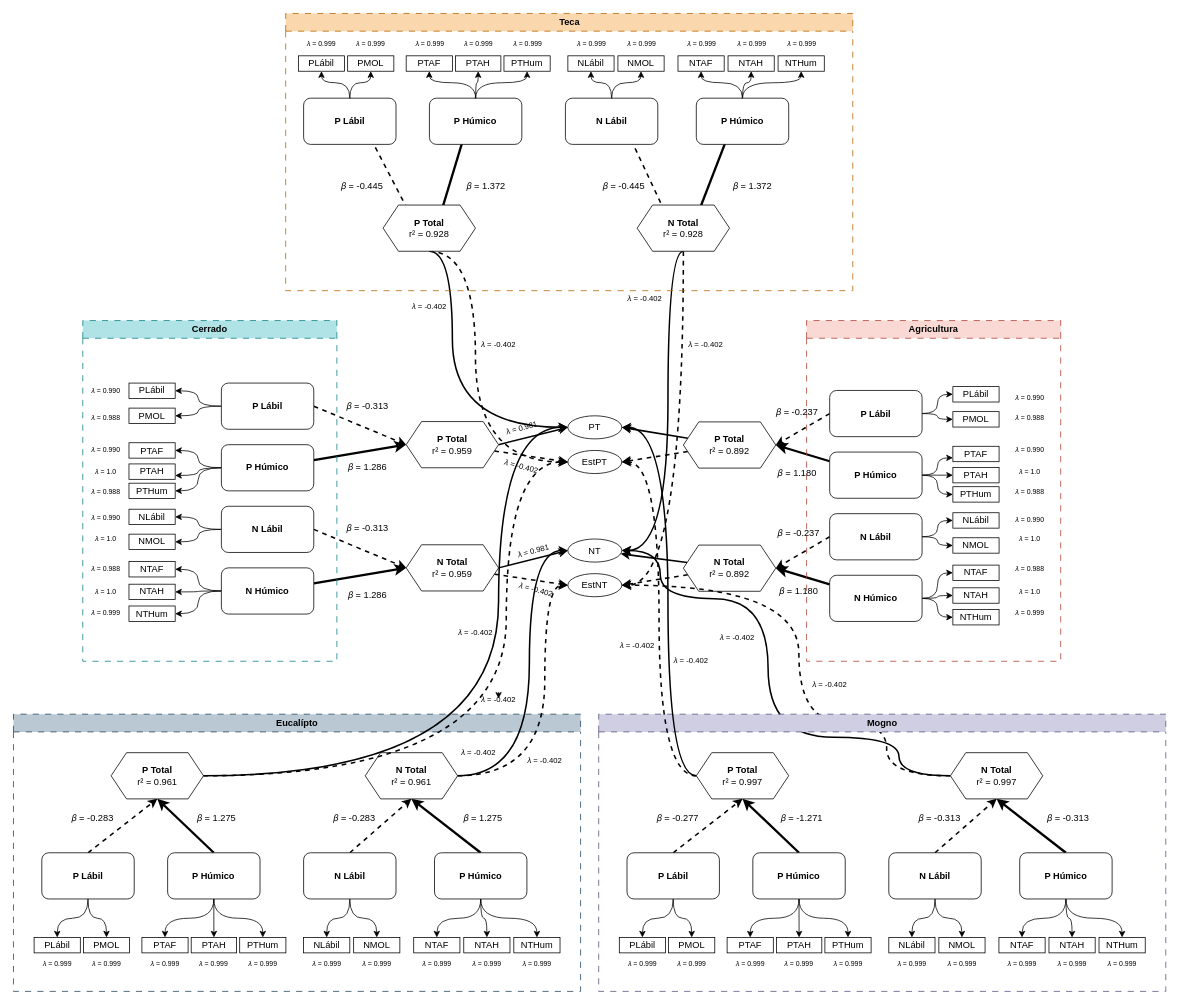
ldvsantos/fsni-1 keeps this draw.io diagram as 5-GRAFICOS/modelo-pls-R5.drawio. Above is the earlier version. Source tidied: cells renumbered, new cells numbered last; positions are measured from the earlier drawing's top-left corner, leaving out a move shared by most shapes. Both pictures are drawn from the tidied source at 77%, with x=0, y=0 at pixel (13, 13).
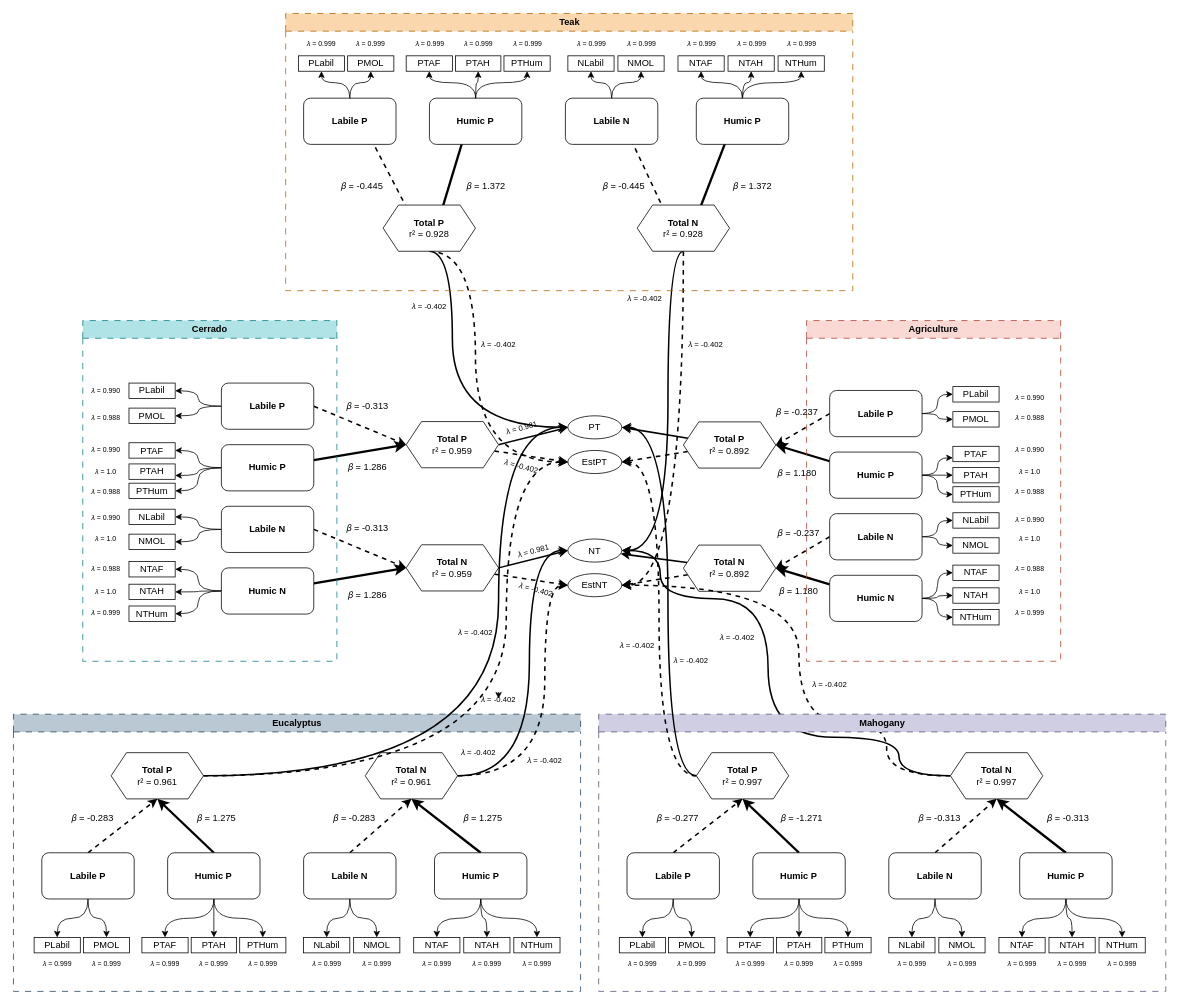
Above is the later version.

Unchanged cells that the change refers to:
```xml
<mxCell id="111" style="group;" parent="1" vertex="1">
  <mxGeometry y="910" width="736.5" height="360" as="geometry" />
</mxCell>
<mxCell id="159" style="group;" parent="1" vertex="1">
  <mxGeometry x="760" y="910" width="736.5" height="360" as="geometry" />
</mxCell>
```

The edit, as a diff of the source:
```diff
@@
-    <mxCell id="5" value="P Lábil" style="rounded=1;whiteSpace=wrap;html=1;fontStyle=1;" parent="1" vertex="1">
+    <mxCell id="5" value="Labile P" style="rounded=1;whiteSpace=wrap;html=1;fontStyle=1;" parent="1" vertex="1">
       <mxGeometry x="270" y="480" width="120" height="60" as="geometry" />
     </mxCell>
@@
-    <mxCell id="10" value="P Húmico" style="rounded=1;whiteSpace=wrap;html=1;fontStyle=1;" parent="1" vertex="1">
+    <mxCell id="10" value="Humic P" style="rounded=1;whiteSpace=wrap;html=1;fontStyle=1;" parent="1" vertex="1">
       <mxGeometry x="270" y="560" width="120" height="60" as="geometry" />
     </mxCell>
@@
-    <mxCell id="13" value="P Total&lt;div&gt;&lt;span style=&quot;font-weight: normal;&quot;&gt;r² = 0.959&lt;/span&gt;&lt;/div&gt;" style="shape=hexagon;perimeter=hexagonPerimeter2;whiteSpace=wrap;html=1;fixedSize=1;fontStyle=1;" parent="1" vertex="1">
+    <mxCell id="13" value="Total P&lt;div&gt;&lt;span style=&quot;font-weight: normal;&quot;&gt;r² = 0.959&lt;/span&gt;&lt;/div&gt;" style="shape=hexagon;perimeter=hexagonPerimeter2;whiteSpace=wrap;html=1;fixedSize=1;fontStyle=1;" parent="1" vertex="1">
       <mxGeometry x="510" y="530" width="120" height="60" as="geometry" />
     </mxCell>
@@
-    <mxCell id="19" value="N Lábil" style="rounded=1;whiteSpace=wrap;html=1;fontStyle=1;" parent="1" vertex="1">
+    <mxCell id="19" value="Labile N" style="rounded=1;whiteSpace=wrap;html=1;fontStyle=1;" parent="1" vertex="1">
       <mxGeometry x="270" y="640" width="120" height="60" as="geometry" />
     </mxCell>
@@
-    <mxCell id="24" value="N Húmico" style="rounded=1;whiteSpace=wrap;html=1;fontStyle=1;" parent="1" vertex="1">
+    <mxCell id="24" value="Humic N" style="rounded=1;whiteSpace=wrap;html=1;fontStyle=1;" parent="1" vertex="1">
       <mxGeometry x="270" y="720" width="120" height="60" as="geometry" />
     </mxCell>
@@
-    <mxCell id="27" value="N Total&lt;div&gt;&lt;span style=&quot;font-weight: normal;&quot;&gt;r² = 0.959&lt;/span&gt;&lt;/div&gt;" style="shape=hexagon;perimeter=hexagonPerimeter2;whiteSpace=wrap;html=1;fixedSize=1;fontStyle=1;" parent="1" vertex="1">
+    <mxCell id="27" value="Total N&lt;div&gt;&lt;span style=&quot;font-weight: normal;&quot;&gt;r² = 0.959&lt;/span&gt;&lt;/div&gt;" style="shape=hexagon;perimeter=hexagonPerimeter2;whiteSpace=wrap;html=1;fixedSize=1;fontStyle=1;" parent="1" vertex="1">
       <mxGeometry x="510" y="690" width="120" height="60" as="geometry" />
     </mxCell>
@@
-    <mxCell id="34" value="PLábil" style="rounded=0;whiteSpace=wrap;html=1;" parent="1" vertex="1">
+    <mxCell id="34" value="PLabil" style="rounded=0;whiteSpace=wrap;html=1;" parent="1" vertex="1">
       <mxGeometry x="150" y="480" width="60" height="20" as="geometry" />
     </mxCell>
@@
-    <mxCell id="39" value="NLábil" style="rounded=0;whiteSpace=wrap;html=1;" parent="1" vertex="1">
+    <mxCell id="39" value="NLabil" style="rounded=0;whiteSpace=wrap;html=1;" parent="1" vertex="1">
       <mxGeometry x="150" y="643.8" width="60" height="20" as="geometry" />
     </mxCell>
@@
-    <mxCell id="62" value="P Lábil" style="rounded=1;whiteSpace=wrap;html=1;fontStyle=1;" parent="1" vertex="1">
+    <mxCell id="62" value="Labile P" style="rounded=1;whiteSpace=wrap;html=1;fontStyle=1;" parent="1" vertex="1">
       <mxGeometry x="1060" y="489.6" width="120" height="60" as="geometry" />
     </mxCell>
@@
-    <mxCell id="67" value="P Húmico" style="rounded=1;whiteSpace=wrap;html=1;fontStyle=1;" parent="1" vertex="1">
+    <mxCell id="67" value="Humic P" style="rounded=1;whiteSpace=wrap;html=1;fontStyle=1;" parent="1" vertex="1">
       <mxGeometry x="1060" y="569.6" width="120" height="60" as="geometry" />
     </mxCell>
@@
-    <mxCell id="70" value="P Total&lt;div&gt;&lt;span style=&quot;font-weight: normal;&quot;&gt;r² = 0.892&lt;/span&gt;&lt;/div&gt;" style="shape=hexagon;perimeter=hexagonPerimeter2;whiteSpace=wrap;html=1;fixedSize=1;fontStyle=1;" parent="1" vertex="1">
+    <mxCell id="70" value="Total P&lt;div&gt;&lt;span style=&quot;font-weight: normal;&quot;&gt;r² = 0.892&lt;/span&gt;&lt;/div&gt;" style="shape=hexagon;perimeter=hexagonPerimeter2;whiteSpace=wrap;html=1;fixedSize=1;fontStyle=1;" parent="1" vertex="1">
       <mxGeometry x="870" y="530.4" width="120" height="60" as="geometry" />
     </mxCell>
@@
-    <mxCell id="74" value="N Lábil" style="rounded=1;whiteSpace=wrap;html=1;fontStyle=1;" parent="1" vertex="1">
+    <mxCell id="74" value="Labile N" style="rounded=1;whiteSpace=wrap;html=1;fontStyle=1;" parent="1" vertex="1">
       <mxGeometry x="1060" y="649.6" width="120" height="60" as="geometry" />
     </mxCell>
@@
-    <mxCell id="79" value="N Húmico" style="rounded=1;whiteSpace=wrap;html=1;fontStyle=1;" parent="1" vertex="1">
+    <mxCell id="79" value="Humic N" style="rounded=1;whiteSpace=wrap;html=1;fontStyle=1;" parent="1" vertex="1">
       <mxGeometry x="1060" y="729.6" width="120" height="60" as="geometry" />
     </mxCell>
@@
-    <mxCell id="82" value="N Total&lt;div&gt;&lt;span style=&quot;font-weight: normal;&quot;&gt;r² = 0.892&lt;/span&gt;&lt;/div&gt;" style="shape=hexagon;perimeter=hexagonPerimeter2;whiteSpace=wrap;html=1;fixedSize=1;fontStyle=1;" parent="1" vertex="1">
+    <mxCell id="82" value="Total N&lt;div&gt;&lt;span style=&quot;font-weight: normal;&quot;&gt;r² = 0.892&lt;/span&gt;&lt;/div&gt;" style="shape=hexagon;perimeter=hexagonPerimeter2;whiteSpace=wrap;html=1;fixedSize=1;fontStyle=1;" parent="1" vertex="1">
       <mxGeometry x="870" y="690.4" width="120" height="60" as="geometry" />
     </mxCell>
-    <mxCell id="83" value="PLábil" style="rounded=0;whiteSpace=wrap;html=1;" parent="1" vertex="1">
+    <mxCell id="83" value="PLabil" style="rounded=0;whiteSpace=wrap;html=1;" parent="1" vertex="1">
       <mxGeometry x="1220" y="484.6" width="60" height="20" as="geometry" />
     </mxCell>
@@
-    <mxCell id="88" value="NLábil" style="rounded=0;whiteSpace=wrap;html=1;" parent="1" vertex="1">
+    <mxCell id="88" value="NLabil" style="rounded=0;whiteSpace=wrap;html=1;" parent="1" vertex="1">
       <mxGeometry x="1220" y="648.4" width="60" height="20" as="geometry" />
     </mxCell>
@@
-    <mxCell id="103" value="Agricultura" style="swimlane;whiteSpace=wrap;html=1;dashed=1;dashPattern=8 8;fillStyle=auto;fillColor=#fad9d5;strokeColor=#ae4132;" parent="1" vertex="1">
+    <mxCell id="103" value="Agriculture" style="swimlane;whiteSpace=wrap;html=1;dashed=1;dashPattern=8 8;fillStyle=auto;fillColor=#fad9d5;strokeColor=#ae4132;" parent="1" vertex="1">
       <mxGeometry x="1030" y="398.8" width="330" height="442.5" as="geometry" />
     </mxCell>
@@
-    <mxCell id="115" value="P Lábil" style="rounded=1;whiteSpace=wrap;html=1;fontStyle=1;" parent="111" vertex="1">
+    <mxCell id="115" value="Labile P" style="rounded=1;whiteSpace=wrap;html=1;fontStyle=1;" parent="111" vertex="1">
       <mxGeometry x="36.8" y="180" width="120" height="60" as="geometry" />
     </mxCell>
@@
-    <mxCell id="120" value="P Húmico" style="rounded=1;whiteSpace=wrap;html=1;fontStyle=1;" parent="111" vertex="1">
+    <mxCell id="120" value="Humic P" style="rounded=1;whiteSpace=wrap;html=1;fontStyle=1;" parent="111" vertex="1">
       <mxGeometry x="200.2" y="180" width="120" height="60" as="geometry" />
     </mxCell>
-    <mxCell id="121" value="P Total&lt;div&gt;&lt;span style=&quot;font-weight: normal;&quot;&gt;r² = 0.961&lt;/span&gt;&lt;/div&gt;" style="shape=hexagon;perimeter=hexagonPerimeter2;whiteSpace=wrap;html=1;fixedSize=1;fontStyle=1;" parent="111" vertex="1">
+    <mxCell id="121" value="Total P&lt;div&gt;&lt;span style=&quot;font-weight: normal;&quot;&gt;r² = 0.961&lt;/span&gt;&lt;/div&gt;" style="shape=hexagon;perimeter=hexagonPerimeter2;whiteSpace=wrap;html=1;fixedSize=1;fontStyle=1;" parent="111" vertex="1">
       <mxGeometry x="126.8" y="50" width="120" height="60" as="geometry" />
     </mxCell>
@@
-    <mxCell id="125" value="N Lábil" style="rounded=1;whiteSpace=wrap;html=1;fontStyle=1;" parent="111" vertex="1">
+    <mxCell id="125" value="Labile N" style="rounded=1;whiteSpace=wrap;html=1;fontStyle=1;" parent="111" vertex="1">
       <mxGeometry x="376.8" y="180" width="120" height="60" as="geometry" />
     </mxCell>
@@
-    <mxCell id="130" value="P Húmico" style="rounded=1;whiteSpace=wrap;html=1;fontStyle=1;" parent="111" vertex="1">
+    <mxCell id="130" value="Humic P" style="rounded=1;whiteSpace=wrap;html=1;fontStyle=1;" parent="111" vertex="1">
       <mxGeometry x="546.8" y="180" width="120" height="60" as="geometry" />
     </mxCell>
-    <mxCell id="131" value="N Total&lt;div&gt;&lt;span style=&quot;font-weight: normal;&quot;&gt;r² = 0.961&lt;/span&gt;&lt;/div&gt;" style="shape=hexagon;perimeter=hexagonPerimeter2;whiteSpace=wrap;html=1;fixedSize=1;fontStyle=1;" parent="111" vertex="1">
+    <mxCell id="131" value="Total N&lt;div&gt;&lt;span style=&quot;font-weight: normal;&quot;&gt;r² = 0.961&lt;/span&gt;&lt;/div&gt;" style="shape=hexagon;perimeter=hexagonPerimeter2;whiteSpace=wrap;html=1;fixedSize=1;fontStyle=1;" parent="111" vertex="1">
       <mxGeometry x="456.8" y="50" width="120" height="60" as="geometry" />
     </mxCell>
-    <mxCell id="132" value="PLábil" style="rounded=0;whiteSpace=wrap;html=1;" parent="111" vertex="1">
+    <mxCell id="132" value="PLabil" style="rounded=0;whiteSpace=wrap;html=1;" parent="111" vertex="1">
       <mxGeometry x="26.8" y="290" width="60" height="20" as="geometry" />
     </mxCell>
@@
-    <mxCell id="137" value="NLábil" style="rounded=0;whiteSpace=wrap;html=1;" parent="111" vertex="1">
+    <mxCell id="137" value="NLabil" style="rounded=0;whiteSpace=wrap;html=1;" parent="111" vertex="1">
       <mxGeometry x="376.8" y="290" width="60" height="20" as="geometry" />
     </mxCell>
@@
-    <mxCell id="142" value="Eucalípto" style="swimlane;whiteSpace=wrap;html=1;dashed=1;dashPattern=8 8;fillStyle=auto;fillColor=#bac8d3;strokeColor=#23445d;" parent="111" vertex="1">
+    <mxCell id="142" value="Eucalyptus" style="swimlane;whiteSpace=wrap;html=1;dashed=1;dashPattern=8 8;fillStyle=auto;fillColor=#bac8d3;strokeColor=#23445d;" parent="111" vertex="1">
       <mxGeometry width="736.5" height="360" as="geometry" />
     </mxCell>
@@
-    <mxCell id="163" value="P Lábil" style="rounded=1;whiteSpace=wrap;html=1;fontStyle=1;" parent="159" vertex="1">
+    <mxCell id="163" value="Labile P" style="rounded=1;whiteSpace=wrap;html=1;fontStyle=1;" parent="159" vertex="1">
       <mxGeometry x="36.8" y="180" width="120" height="60" as="geometry" />
     </mxCell>
@@
-    <mxCell id="168" value="P Húmico" style="rounded=1;whiteSpace=wrap;html=1;fontStyle=1;" parent="159" vertex="1">
+    <mxCell id="168" value="Humic P" style="rounded=1;whiteSpace=wrap;html=1;fontStyle=1;" parent="159" vertex="1">
       <mxGeometry x="200.2" y="180" width="120" height="60" as="geometry" />
     </mxCell>
-    <mxCell id="169" value="P Total&lt;div&gt;&lt;span style=&quot;font-weight: normal;&quot;&gt;r² = 0.997&lt;/span&gt;&lt;/div&gt;" style="shape=hexagon;perimeter=hexagonPerimeter2;whiteSpace=wrap;html=1;fixedSize=1;fontStyle=1;" parent="159" vertex="1">
+    <mxCell id="169" value="Total P&lt;div&gt;&lt;span style=&quot;font-weight: normal;&quot;&gt;r² = 0.997&lt;/span&gt;&lt;/div&gt;" style="shape=hexagon;perimeter=hexagonPerimeter2;whiteSpace=wrap;html=1;fixedSize=1;fontStyle=1;" parent="159" vertex="1">
       <mxGeometry x="126.8" y="50" width="120" height="60" as="geometry" />
     </mxCell>
@@
-    <mxCell id="173" value="N Lábil" style="rounded=1;whiteSpace=wrap;html=1;fontStyle=1;" parent="159" vertex="1">
+    <mxCell id="173" value="Labile N" style="rounded=1;whiteSpace=wrap;html=1;fontStyle=1;" parent="159" vertex="1">
       <mxGeometry x="376.8" y="180" width="120" height="60" as="geometry" />
     </mxCell>
@@
-    <mxCell id="178" value="P Húmico" style="rounded=1;whiteSpace=wrap;html=1;fontStyle=1;" parent="159" vertex="1">
+    <mxCell id="178" value="Humic P" style="rounded=1;whiteSpace=wrap;html=1;fontStyle=1;" parent="159" vertex="1">
       <mxGeometry x="546.8" y="180" width="120" height="60" as="geometry" />
     </mxCell>
-    <mxCell id="179" value="N Total&lt;div&gt;&lt;span style=&quot;font-weight: normal;&quot;&gt;r² = 0.997&lt;/span&gt;&lt;/div&gt;" style="shape=hexagon;perimeter=hexagonPerimeter2;whiteSpace=wrap;html=1;fixedSize=1;fontStyle=1;" parent="159" vertex="1">
+    <mxCell id="179" value="Total N&lt;div&gt;&lt;span style=&quot;font-weight: normal;&quot;&gt;r² = 0.997&lt;/span&gt;&lt;/div&gt;" style="shape=hexagon;perimeter=hexagonPerimeter2;whiteSpace=wrap;html=1;fixedSize=1;fontStyle=1;" parent="159" vertex="1">
       <mxGeometry x="456.8" y="50" width="120" height="60" as="geometry" />
     </mxCell>
-    <mxCell id="180" value="PLábil" style="rounded=0;whiteSpace=wrap;html=1;" parent="159" vertex="1">
+    <mxCell id="180" value="PLabil" style="rounded=0;whiteSpace=wrap;html=1;" parent="159" vertex="1">
       <mxGeometry x="26.8" y="290" width="60" height="20" as="geometry" />
     </mxCell>
@@
-    <mxCell id="185" value="NLábil" style="rounded=0;whiteSpace=wrap;html=1;" parent="159" vertex="1">
+    <mxCell id="185" value="NLabil" style="rounded=0;whiteSpace=wrap;html=1;" parent="159" vertex="1">
       <mxGeometry x="376.8" y="290" width="60" height="20" as="geometry" />
     </mxCell>
@@
-    <mxCell id="190" value="Mogno" style="swimlane;whiteSpace=wrap;html=1;dashed=1;dashPattern=8 8;fillStyle=auto;fillColor=#d0cee2;strokeColor=#56517e;" parent="159" vertex="1">
+    <mxCell id="190" value="Mahogany" style="swimlane;whiteSpace=wrap;html=1;dashed=1;dashPattern=8 8;fillStyle=auto;fillColor=#d0cee2;strokeColor=#56517e;" parent="159" vertex="1">
       <mxGeometry width="736.5" height="360" as="geometry" />
     </mxCell>
@@
-    <mxCell id="217" value="P Lábil" style="rounded=1;whiteSpace=wrap;html=1;fontStyle=1;" parent="1" vertex="1">
+    <mxCell id="217" value="Labile P" style="rounded=1;whiteSpace=wrap;html=1;fontStyle=1;" parent="1" vertex="1">
       <mxGeometry x="376.8" y="110" width="120" height="60" as="geometry" />
     </mxCell>
@@
-    <mxCell id="222" value="P Húmico" style="rounded=1;whiteSpace=wrap;html=1;fontStyle=1;" parent="1" vertex="1">
+    <mxCell id="222" value="Humic P" style="rounded=1;whiteSpace=wrap;html=1;fontStyle=1;" parent="1" vertex="1">
       <mxGeometry x="540.2" y="110" width="120" height="60" as="geometry" />
     </mxCell>
@@
-    <mxCell id="225" value="P Total&lt;div&gt;&lt;span style=&quot;font-weight: normal;&quot;&gt;r² = 0.928&lt;/span&gt;&lt;/div&gt;" style="shape=hexagon;perimeter=hexagonPerimeter2;whiteSpace=wrap;html=1;fixedSize=1;fontStyle=1;" parent="1" vertex="1">
+    <mxCell id="225" value="Total P&lt;div&gt;&lt;span style=&quot;font-weight: normal;&quot;&gt;r² = 0.928&lt;/span&gt;&lt;/div&gt;" style="shape=hexagon;perimeter=hexagonPerimeter2;whiteSpace=wrap;html=1;fixedSize=1;fontStyle=1;" parent="1" vertex="1">
       <mxGeometry x="480" y="248.8" width="120" height="60" as="geometry" />
     </mxCell>
@@
-    <mxCell id="229" value="N Lábil" style="rounded=1;whiteSpace=wrap;html=1;fontStyle=1;" parent="1" vertex="1">
+    <mxCell id="229" value="Labile N" style="rounded=1;whiteSpace=wrap;html=1;fontStyle=1;" parent="1" vertex="1">
       <mxGeometry x="716.8" y="110" width="120" height="60" as="geometry" />
     </mxCell>
@@
-    <mxCell id="234" value="P Húmico" style="rounded=1;whiteSpace=wrap;html=1;fontStyle=1;" parent="1" vertex="1">
+    <mxCell id="234" value="Humic P" style="rounded=1;whiteSpace=wrap;html=1;fontStyle=1;" parent="1" vertex="1">
       <mxGeometry x="886.8" y="110" width="120" height="60" as="geometry" />
     </mxCell>
@@
-    <mxCell id="237" value="N Total&lt;div&gt;&lt;span style=&quot;font-weight: normal;&quot;&gt;r² = 0.928&lt;/span&gt;&lt;/div&gt;" style="shape=hexagon;perimeter=hexagonPerimeter2;whiteSpace=wrap;html=1;fixedSize=1;fontStyle=1;" parent="1" vertex="1">
+    <mxCell id="237" value="Total N&lt;div&gt;&lt;span style=&quot;font-weight: normal;&quot;&gt;r² = 0.928&lt;/span&gt;&lt;/div&gt;" style="shape=hexagon;perimeter=hexagonPerimeter2;whiteSpace=wrap;html=1;fixedSize=1;fontStyle=1;" parent="1" vertex="1">
       <mxGeometry x="810" y="248.8" width="120" height="60" as="geometry" />
     </mxCell>
-    <mxCell id="238" value="PLábil" style="rounded=0;whiteSpace=wrap;html=1;" parent="1" vertex="1">
+    <mxCell id="238" value="PLabil" style="rounded=0;whiteSpace=wrap;html=1;" parent="1" vertex="1">
       <mxGeometry x="370" y="55" width="60" height="20" as="geometry" />
     </mxCell>
@@
-    <mxCell id="243" value="NLábil" style="rounded=0;whiteSpace=wrap;html=1;" parent="1" vertex="1">
+    <mxCell id="243" value="NLabil" style="rounded=0;whiteSpace=wrap;html=1;" parent="1" vertex="1">
       <mxGeometry x="720" y="55" width="60" height="20" as="geometry" />
     </mxCell>
@@
-    <mxCell id="266" value="Teca" style="swimlane;whiteSpace=wrap;html=1;dashed=1;dashPattern=8 8;fillStyle=auto;fillColor=#fad7ac;strokeColor=#b46504;" parent="1" vertex="1">
+    <mxCell id="266" value="Teak" style="swimlane;whiteSpace=wrap;html=1;dashed=1;dashPattern=8 8;fillStyle=auto;fillColor=#fad7ac;strokeColor=#b46504;" parent="1" vertex="1">
       <mxGeometry x="353.5" width="736.5" height="360" as="geometry" />
     </mxCell>
```
